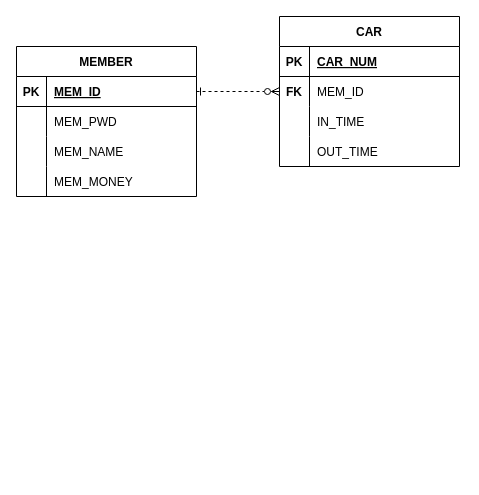
This is page "ERD" (2 of 3) of docs/Diagram.drawio from 4rangKim/FinalProject, a draw.io file, before an edit. Source tidied: cells renumbered, new cells numbered last; positions are measured from the earlier drawing's top-left corner, leaving out a move shared by most shapes. Both pictures are drawn from the tidied source at 100%, with x=0, y=0 at pixel (16, 16).
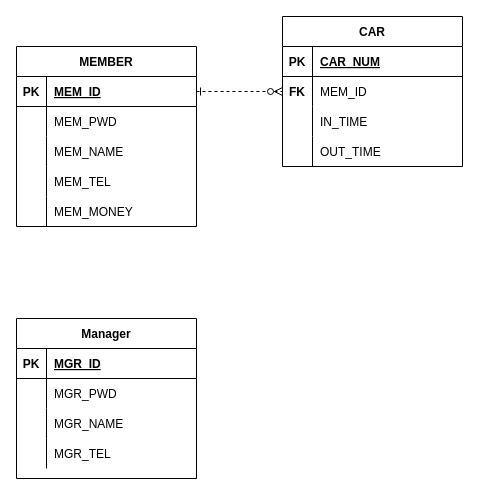
The same diagram, later.

The change refers to these unchanged cells:
```xml
<mxCell id="6" style="shape=partialRectangle;fillColor=none;top=0;left=0;bottom=0;right=0;points=[[0,0.5],[1,0.5]];portConstraint=eastwest;" parent="2" vertex="1">
  <mxGeometry y="60" width="180" height="30" as="geometry" />
</mxCell>
<mxCell id="16" style="shape=partialRectangle;fillColor=none;top=0;left=0;bottom=1;right=0;points=[[0,0.5],[1,0.5]];portConstraint=eastwest;" parent="15" vertex="1">
  <mxGeometry y="30" width="180" height="30" as="geometry" />
</mxCell>
<mxCell id="25" style="shape=partialRectangle;fillColor=none;top=0;left=0;bottom=0;right=0;" parent="15" vertex="1">
  <mxGeometry y="120" width="180" height="30" as="geometry" />
</mxCell>
```

The edit, as a diff of the source:
```diff
@@
     <mxCell id="2" value="CAR" style="shape=table;startSize=30;childLayout=tableLayout;rowLines=0;fontStyle=1;align=center;" parent="1" vertex="1">
-      <mxGeometry x="263" width="180" height="150" as="geometry" />
+      <mxGeometry x="266" width="180" height="150" as="geometry" />
     </mxCell>
@@
     <mxCell id="15" value="MEMBER" style="shape=table;startSize=30;childLayout=tableLayout;rowLines=0;fontStyle=1;align=center;" parent="1" vertex="1">
-      <mxGeometry y="30" width="180" height="150" as="geometry" />
+      <mxGeometry y="30" width="180" height="180" as="geometry" />
     </mxCell>
@@
-    <mxCell id="27" value="MEM_MONEY" style="shape=partialRectangle;fillColor=none;top=0;left=0;bottom=0;right=0;align=left;spacingLeft=6;overflow=hidden;" parent="25" vertex="1">
+    <mxCell id="27" value="MEM_TEL" style="shape=partialRectangle;fillColor=none;top=0;left=0;bottom=0;right=0;align=left;spacingLeft=6;overflow=hidden;" parent="25" vertex="1">
       <mxGeometry x="30" width="150" height="30" as="geometry" />
     </mxCell>
+    <mxCell id="29" style="shape=partialRectangle;fillColor=none;top=0;left=0;bottom=0;right=0;" parent="15" vertex="1">
+      <mxGeometry y="150" width="180" height="30" as="geometry" />
+    </mxCell>
+    <mxCell id="30" style="shape=partialRectangle;fillColor=none;top=0;left=0;bottom=0;right=0;overflow=hidden;" parent="29" vertex="1">
+      <mxGeometry width="30" height="30" as="geometry" />
+    </mxCell>
+    <mxCell id="31" value="MEM_MONEY" style="shape=partialRectangle;fillColor=none;top=0;left=0;bottom=0;right=0;align=left;spacingLeft=6;overflow=hidden;" parent="29" vertex="1">
+      <mxGeometry x="30" width="150" height="30" as="geometry" />
+    </mxCell>
+    <mxCell id="32" value="Manager" style="shape=table;startSize=30;childLayout=tableLayout;rowLines=0;fontStyle=1;align=center;" parent="1" vertex="1">
+      <mxGeometry y="302" width="180" height="160" as="geometry" />
+    </mxCell>
+    <mxCell id="33" style="shape=partialRectangle;fillColor=none;top=0;left=0;bottom=1;right=0;" parent="32" vertex="1">
+      <mxGeometry y="30" width="180" height="30" as="geometry" />
+    </mxCell>
+    <mxCell id="34" value="PK" style="shape=partialRectangle;fillColor=none;top=0;left=0;bottom=0;right=0;fontStyle=1;overflow=hidden;" parent="33" vertex="1">
+      <mxGeometry width="30" height="30" as="geometry" />
+    </mxCell>
+    <mxCell id="35" value="MGR_ID" style="shape=partialRectangle;fillColor=none;top=0;left=0;bottom=0;right=0;align=left;spacingLeft=6;fontStyle=5;overflow=hidden;" parent="33" vertex="1">
+      <mxGeometry x="30" width="150" height="30" as="geometry" />
+    </mxCell>
+    <mxCell id="36" style="shape=partialRectangle;fillColor=none;top=0;left=0;bottom=0;right=0;" parent="32" vertex="1">
+      <mxGeometry y="60" width="180" height="30" as="geometry" />
+    </mxCell>
+    <mxCell id="37" style="shape=partialRectangle;fillColor=none;top=0;left=0;bottom=0;right=0;overflow=hidden;" parent="36" vertex="1">
+      <mxGeometry width="30" height="30" as="geometry" />
+    </mxCell>
+    <mxCell id="38" value="MGR_PWD" style="shape=partialRectangle;fillColor=none;top=0;left=0;bottom=0;right=0;align=left;spacingLeft=6;overflow=hidden;" parent="36" vertex="1">
+      <mxGeometry x="30" width="150" height="30" as="geometry" />
+    </mxCell>
+    <mxCell id="39" style="shape=partialRectangle;fillColor=none;top=0;left=0;bottom=0;right=0;" parent="32" vertex="1">
+      <mxGeometry y="90" width="180" height="30" as="geometry" />
+    </mxCell>
+    <mxCell id="40" style="shape=partialRectangle;fillColor=none;top=0;left=0;bottom=0;right=0;overflow=hidden;" parent="39" vertex="1">
+      <mxGeometry width="30" height="30" as="geometry" />
+    </mxCell>
+    <mxCell id="41" value="MGR_NAME" style="shape=partialRectangle;fillColor=none;top=0;left=0;bottom=0;right=0;align=left;spacingLeft=6;overflow=hidden;" parent="39" vertex="1">
+      <mxGeometry x="30" width="150" height="30" as="geometry" />
+    </mxCell>
+    <mxCell id="42" style="shape=partialRectangle;fillColor=none;top=0;left=0;bottom=0;right=0;" parent="32" vertex="1">
+      <mxGeometry y="120" width="180" height="30" as="geometry" />
+    </mxCell>
+    <mxCell id="43" style="shape=partialRectangle;fillColor=none;top=0;left=0;bottom=0;right=0;overflow=hidden;" parent="42" vertex="1">
+      <mxGeometry width="30" height="30" as="geometry" />
+    </mxCell>
+    <mxCell id="44" value="MGR_TEL" style="shape=partialRectangle;fillColor=none;top=0;left=0;bottom=0;right=0;align=left;spacingLeft=6;overflow=hidden;" parent="42" vertex="1">
+      <mxGeometry x="30" width="150" height="30" as="geometry" />
+    </mxCell>
-    <mxCell id="28" style="edgeStyle=orthogonalEdgeStyle;rounded=0;jettySize=auto;html=1;exitX=1;exitY=0.5;exitDx=0;exitDy=0;entryX=0;entryY=0.5;entryDx=0;entryDy=0;endArrow=ERzeroToMany;endFill=0;startArrow=ERone;startFill=0;dashed=1;" parent="1" edge="1" source="16" target="6">
+    <mxCell id="28" style="edgeStyle=orthogonalEdgeStyle;fontSize=12;html=1;endArrow=ERzeroToMany;startArrow=ERone;rounded=0;dashed=1;exitX=1;exitY=0.5;exitDx=0;exitDy=0;startFill=0;entryX=0;entryY=0.5;entryDx=0;entryDy=0;" parent="1" edge="1" source="16" target="6">
       <mxGeometry relative="1" as="geometry" />
     </mxCell>
```
